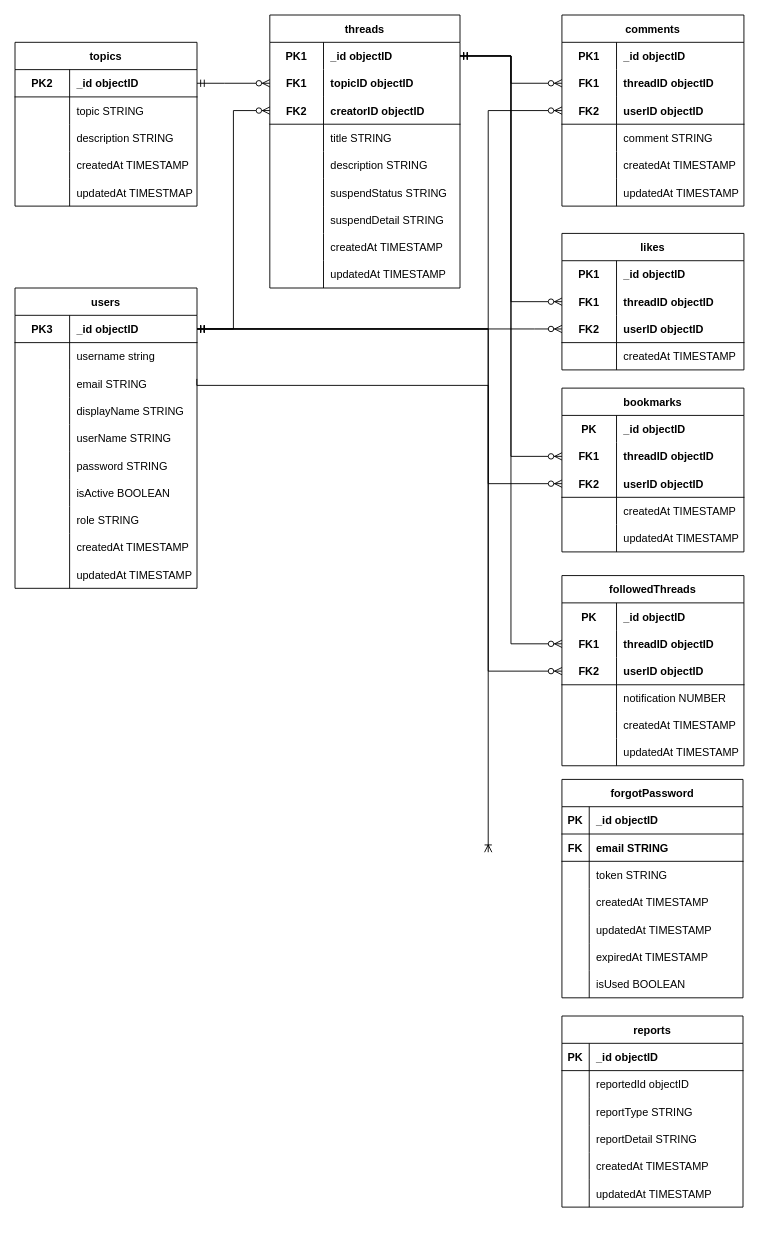
Above: document/diagram.drawio in ChaRum-Capstone-Project-Batch-3/Backend (draw.io), before the change. Source tidied: cells renumbered, new cells numbered last; positions are measured from the earlier drawing's top-left corner, leaving out a move shared by most shapes. Both pictures are drawn from the tidied source at 91%, with x=0, y=0 at pixel (15, 15).
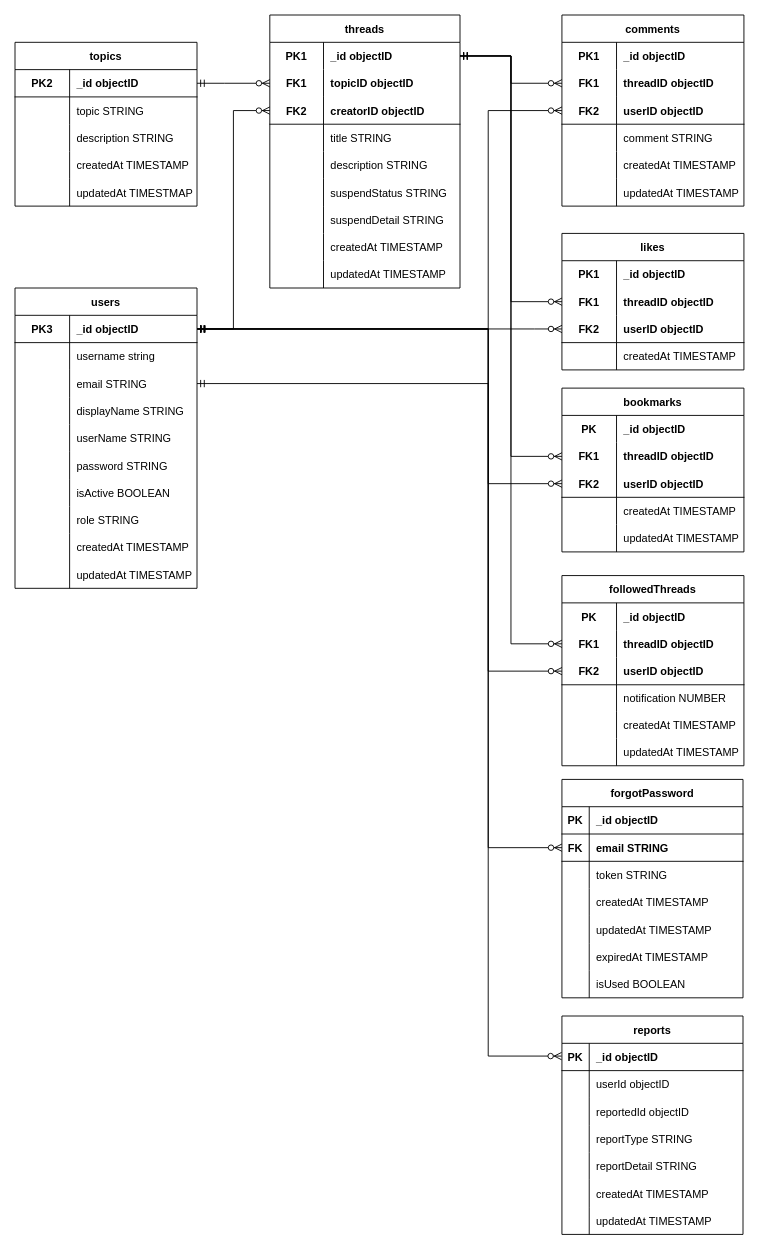
After the change.

Commit message (it also covers changes not shown here):
docs: add reports table on ERD

The change refers to these unchanged cells:
```xml
<mxCell id="9" style="shape=tableRow;horizontal=0;startSize=0;swimlaneHead=0;swimlaneBody=0;fillColor=none;points=[[0,0.5],[1,0.5]];portConstraint=eastwest;top=0;left=0;right=0;bottom=0;" parent="2" vertex="1">
  <mxGeometry y="90" width="200" height="30" as="geometry" />
</mxCell>
<mxCell id="178" style="shape=tableRow;horizontal=0;startSize=0;swimlaneHead=0;swimlaneBody=0;fillColor=none;points=[[0,0.5],[1,0.5]];portConstraint=eastwest;top=0;left=0;right=0;bottom=1;" parent="177" vertex="1">
  <mxGeometry y="30" width="199" height="30" as="geometry" />
</mxCell>
```

The edit, as a diff of the source:
```diff
@@
-    <mxCell id="176" style="edgeStyle=elbowEdgeStyle;fontSize=12;html=1;endArrow=ERoneToMany;rounded=0;elbow=vertical;exitX=0.999;exitY=0.329;exitDx=0;exitDy=0;exitPerimeter=0;" parent="1" edge="1" source="9">
-      <mxGeometry relative="1" as="geometry">
-        <mxPoint x="520" y="920" as="targetPoint" />
-        <Array as="points">
-          <mxPoint x="360" y="407" />
-        </Array>
-      </mxGeometry>
-    </mxCell>
     <mxCell id="177" value="reports" style="shape=table;startSize=30;childLayout=tableLayout;rowLines=0;fontStyle=1;align=center;" parent="1" vertex="1">
-      <mxGeometry x="601" y="1100" width="199" height="210" as="geometry" />
+      <mxGeometry x="601" y="1100" width="199" height="240" as="geometry" />
     </mxCell>
@@
+    <mxCell id="196" style="shape=tableRow;horizontal=0;startSize=0;swimlaneHead=0;swimlaneBody=0;fillColor=none;top=0;left=0;right=0;bottom=0;" parent="177" vertex="1">
+      <mxGeometry y="60" width="199" height="30" as="geometry" />
+    </mxCell>
+    <mxCell id="197" style="shape=partialRectangle;fillColor=none;top=0;left=0;bottom=0;right=0;overflow=hidden;" parent="196" vertex="1">
+      <mxGeometry width="30" height="30" as="geometry" />
+    </mxCell>
+    <mxCell id="198" value="userId objectID" style="shape=partialRectangle;fillColor=none;top=0;left=0;bottom=0;right=0;align=left;spacingLeft=6;overflow=hidden;" parent="196" vertex="1">
+      <mxGeometry x="30" width="169" height="30" as="geometry" />
+    </mxCell>
     <mxCell id="181" style="shape=tableRow;horizontal=0;startSize=0;swimlaneHead=0;swimlaneBody=0;fillColor=none;top=0;left=0;right=0;bottom=0;" parent="177" vertex="1">
-      <mxGeometry y="60" width="199" height="30" as="geometry" />
+      <mxGeometry y="90" width="199" height="30" as="geometry" />
     </mxCell>
@@
     <mxCell id="184" style="shape=tableRow;horizontal=0;startSize=0;swimlaneHead=0;swimlaneBody=0;fillColor=none;top=0;left=0;right=0;bottom=0;" parent="177" vertex="1">
-      <mxGeometry y="90" width="199" height="30" as="geometry" />
+      <mxGeometry y="120" width="199" height="30" as="geometry" />
     </mxCell>
@@
     <mxCell id="187" style="shape=tableRow;horizontal=0;startSize=0;swimlaneHead=0;swimlaneBody=0;fillColor=none;top=0;left=0;right=0;bottom=0;" parent="177" vertex="1">
-      <mxGeometry y="120" width="199" height="30" as="geometry" />
+      <mxGeometry y="150" width="199" height="30" as="geometry" />
     </mxCell>
@@
     <mxCell id="190" style="shape=tableRow;horizontal=0;startSize=0;swimlaneHead=0;swimlaneBody=0;fillColor=none;top=0;left=0;right=0;bottom=0;" parent="177" vertex="1">
-      <mxGeometry y="150" width="199" height="30" as="geometry" />
+      <mxGeometry y="180" width="199" height="30" as="geometry" />
     </mxCell>
@@
     <mxCell id="193" style="shape=tableRow;horizontal=0;startSize=0;swimlaneHead=0;swimlaneBody=0;fillColor=none;top=0;left=0;right=0;bottom=0;" parent="177" vertex="1">
-      <mxGeometry y="180" width="199" height="30" as="geometry" />
+      <mxGeometry y="210" width="199" height="30" as="geometry" />
     </mxCell>
@@
+    <mxCell id="199" style="fontSize=12;html=1;endArrow=ERzeroToMany;startArrow=ERmandOne;rounded=0;exitX=1;exitY=0.5;exitDx=0;exitDy=0;edgeStyle=orthogonalEdgeStyle;" parent="1" edge="1" source="9">
+      <mxGeometry relative="1" as="geometry">
+        <mxPoint x="601" y="915" as="targetPoint" />
+        <Array as="points">
+          <mxPoint x="520" y="405" />
+          <mxPoint x="520" y="915" />
+        </Array>
+      </mxGeometry>
+    </mxCell>
+    <mxCell id="200" style="fontSize=12;html=1;endArrow=ERzeroToMany;startArrow=ERmandOne;rounded=0;edgeStyle=orthogonalEdgeStyle;entryX=-0.002;entryY=0.468;entryDx=0;entryDy=0;entryPerimeter=0;" parent="1" edge="1" target="178">
+      <mxGeometry relative="1" as="geometry">
+        <mxPoint x="201" y="345" as="sourcePoint" />
+        <Array as="points">
+          <mxPoint x="520" y="345" />
+          <mxPoint x="520" y="1144" />
+        </Array>
+      </mxGeometry>
+    </mxCell>
```
